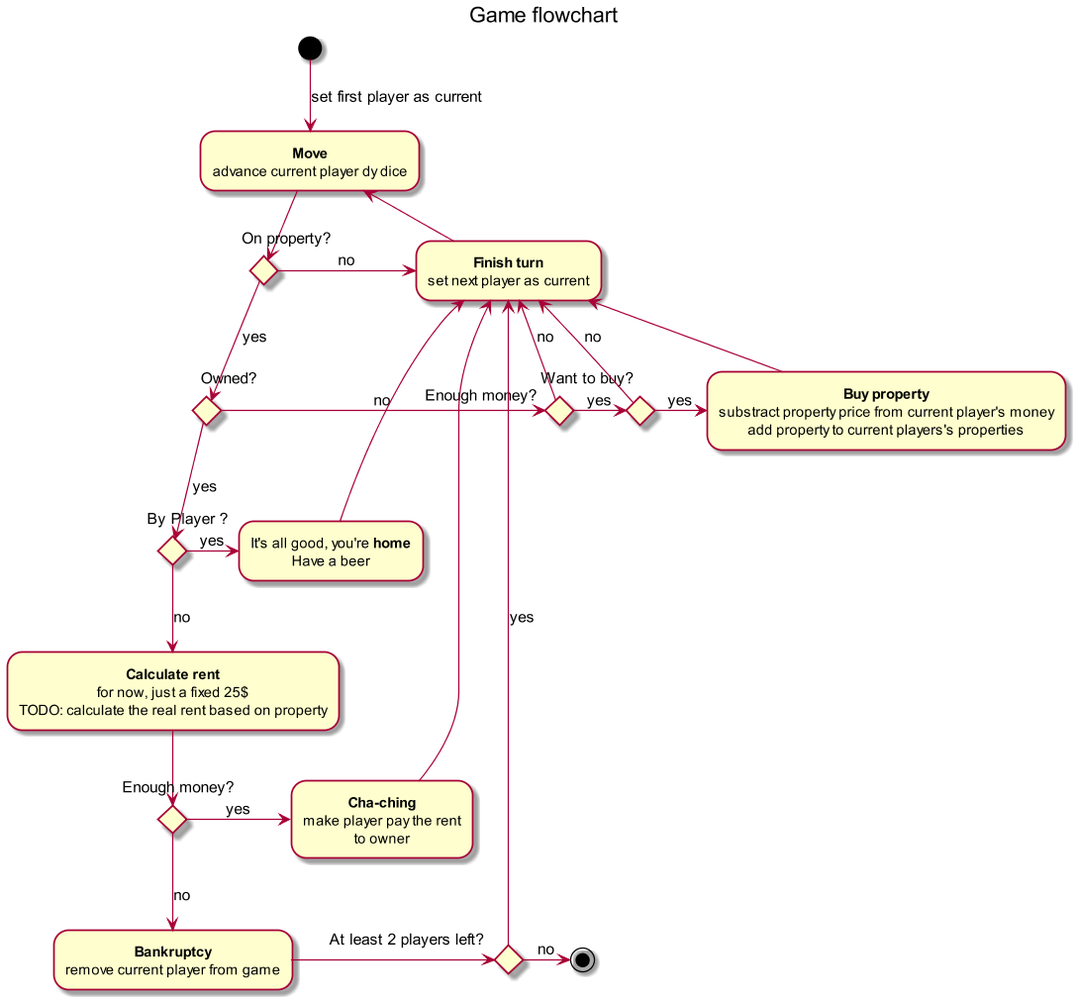
francois-roseberry/monopoly-js keeps this PlantUML diagram as doc/game-flowchart.png. Above is the earlier version.
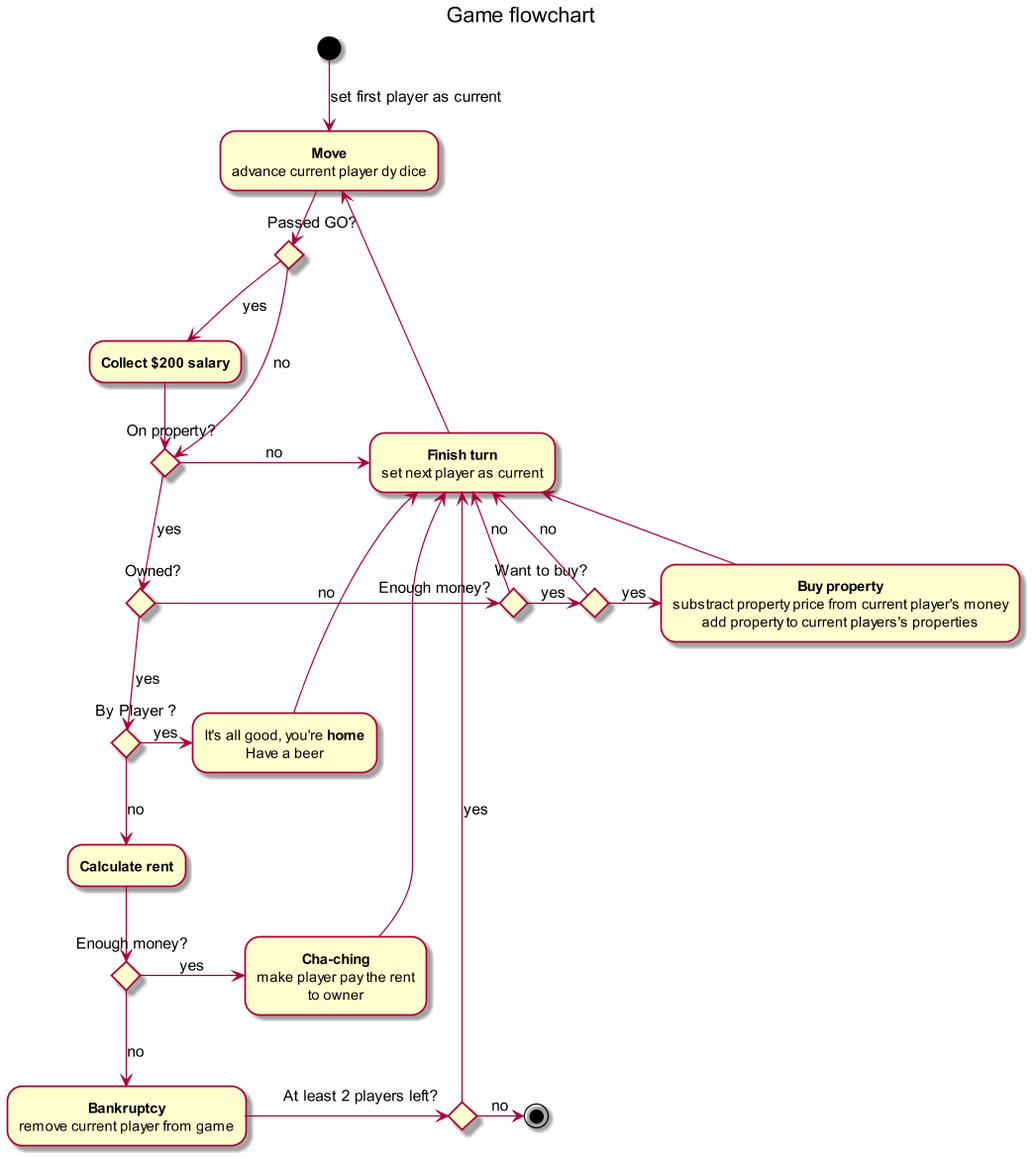
The same file after the commit.

Commit message:
Added the salary to the flowchart

The edit, as a diff of the source:
```diff
@@ -6,7 +6,10 @@
 (*) -->[set first player as current] "<b>Move</b>
 					advance current player dy dice" as move
 
---> if "On property?" then
+
+--> if "Passed GO?" then
+	-->[yes] "<b>Collect $200 salary</b>"
+	--> if "On property?" as on_property then
 	-->[yes] if "Owned?" then
 		-right->[no] if "Enough money?" then
 			-up->[no] "<b>Finish turn</b>
@@ -26,9 +29,7 @@
 			-right->[yes] "It's all good, you're <b>home</b>
 				Have a beer" as home
 		else
-			-down->[no] "<b>Calculate rent</b>
-						for now, just a fixed 25$
-						TODO: calculate the real rent based on property"
+			-down->[no] "<b>Calculate rent</b>"
 			-down-> if "Enough money?" then
 				-right->[yes] "<b>Cha-ching</b>
 						make player pay the rent\nto owner"
@@ -49,5 +50,8 @@
 	-right->[no] finish_turn
 	-up-> move
 endif
+else
+	-down->[no] on_property
+endif
 
 @enduml
```
